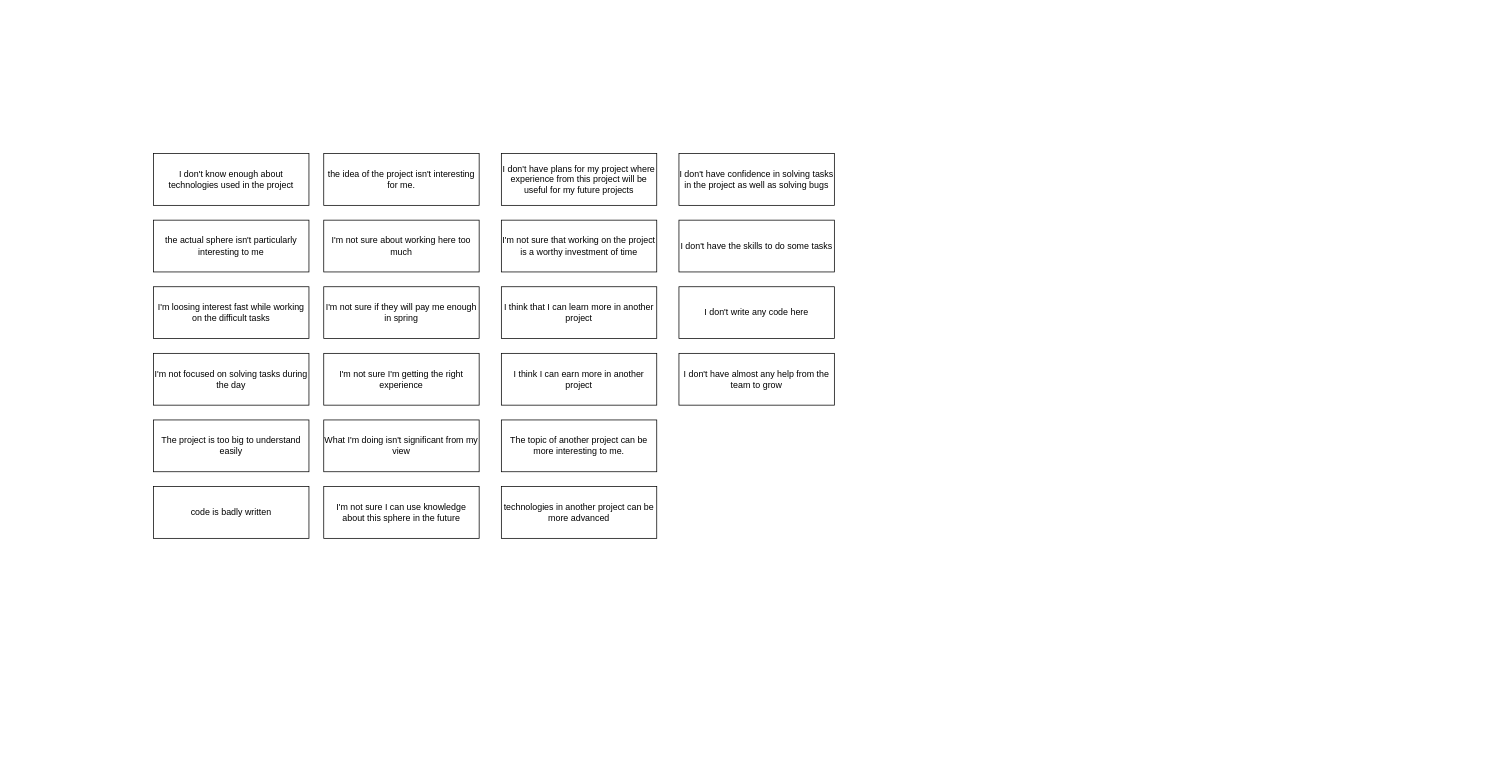
Before: working.drawio in FedosovMax/diagrams, a draw.io diagram. Source tidied: cells renumbered, new cells numbered last; positions are measured from the earlier drawing's top-left corner, leaving out a move shared by most shapes. Both pictures are drawn from the tidied source at 74%, with x=0, y=0 at pixel (153, 153).
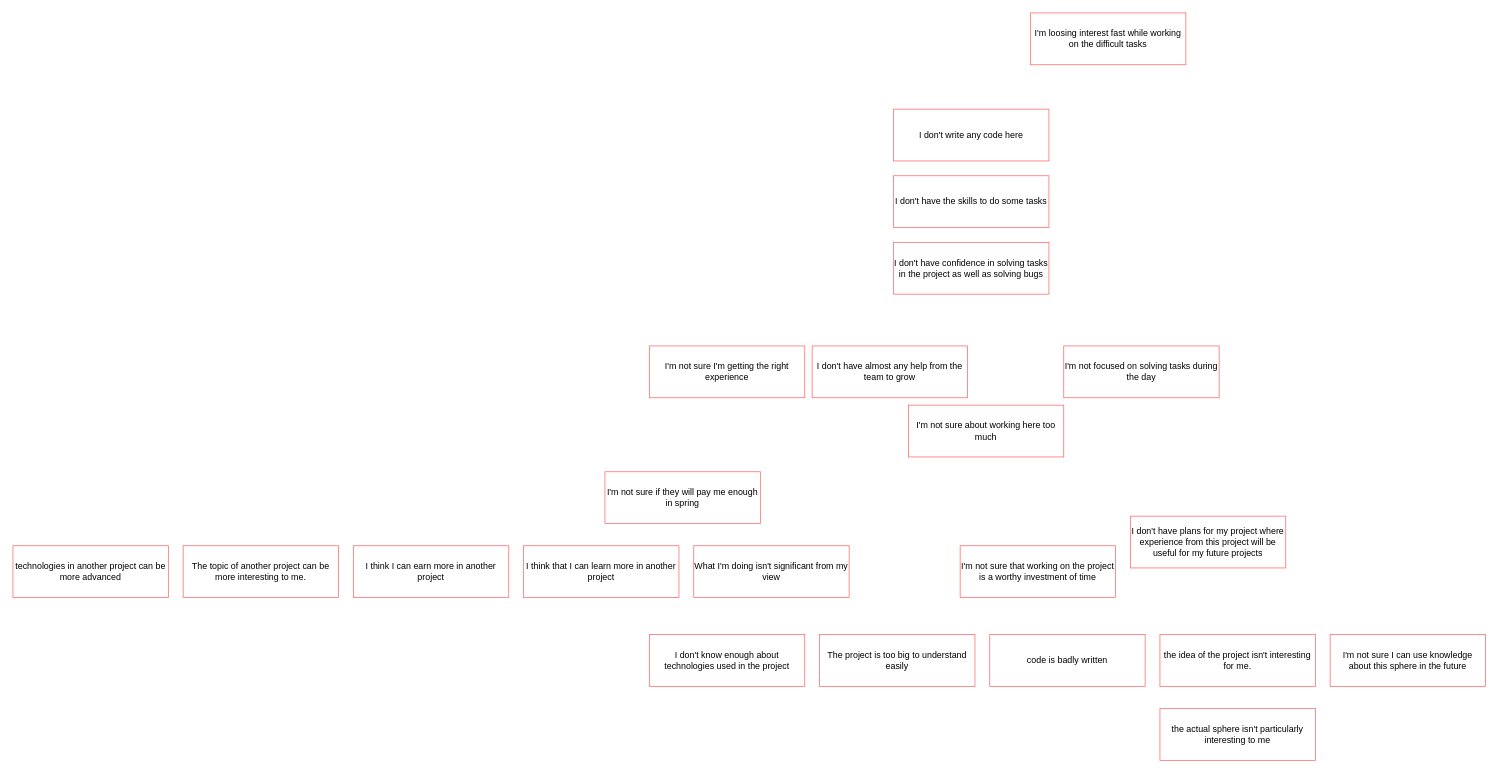
The same diagram, later.

Change to the diagram source:
```diff
@@
-    <mxCell id="2" value="I don't know enough about technologies used in the project" style="rounded=0;whiteSpace=wrap;html=1;" parent="1" vertex="1">
-      <mxGeometry width="210" height="70" as="geometry" />
+    <mxCell id="2" value="I don't know enough about technologies used in the project" style="rounded=0;whiteSpace=wrap;html=1;strokeColor=#FF6666;" parent="1" vertex="1">
+      <mxGeometry x="670" y="650" width="210" height="70" as="geometry" />
     </mxCell>
-    <mxCell id="3" value="the actual sphere isn't particularly interesting to me" style="rounded=0;whiteSpace=wrap;html=1;" parent="1" vertex="1">
-      <mxGeometry y="90" width="210" height="70" as="geometry" />
+    <mxCell id="3" value="the actual sphere isn't particularly interesting to me" style="rounded=0;whiteSpace=wrap;html=1;strokeColor=#FF6666;" parent="1" vertex="1">
+      <mxGeometry x="1360" y="750" width="210" height="70" as="geometry" />
     </mxCell>
-    <mxCell id="4" value="I'm loosing interest fast while working on the difficult tasks" style="rounded=0;whiteSpace=wrap;html=1;" parent="1" vertex="1">
-      <mxGeometry y="180" width="210" height="70" as="geometry" />
+    <mxCell id="4" value="I'm loosing interest fast while working on the difficult tasks" style="rounded=0;whiteSpace=wrap;html=1;strokeColor=#FF6666;" parent="1" vertex="1">
+      <mxGeometry x="1185" y="-190" width="210" height="70" as="geometry" />
     </mxCell>
-    <mxCell id="5" value="I'm not focused on solving tasks during the day" style="rounded=0;whiteSpace=wrap;html=1;" parent="1" vertex="1">
-      <mxGeometry y="270" width="210" height="70" as="geometry" />
+    <mxCell id="5" value="I'm not focused on solving tasks during the day" style="rounded=0;whiteSpace=wrap;html=1;strokeColor=#FF6666;" parent="1" vertex="1">
+      <mxGeometry x="1230" y="260" width="210" height="70" as="geometry" />
     </mxCell>
-    <mxCell id="6" value="The project is too big to understand easily" style="rounded=0;whiteSpace=wrap;html=1;" parent="1" vertex="1">
-      <mxGeometry y="360" width="210" height="70" as="geometry" />
+    <mxCell id="6" value="The project is too big to understand easily" style="rounded=0;whiteSpace=wrap;html=1;strokeColor=#FF6666;" parent="1" vertex="1">
+      <mxGeometry x="900" y="650" width="210" height="70" as="geometry" />
     </mxCell>
-    <mxCell id="7" value="code is badly written" style="rounded=0;whiteSpace=wrap;html=1;" parent="1" vertex="1">
-      <mxGeometry y="450" width="210" height="70" as="geometry" />
+    <mxCell id="7" value="code is badly written" style="rounded=0;whiteSpace=wrap;html=1;strokeColor=#FF6666;" parent="1" vertex="1">
+      <mxGeometry x="1130" y="650" width="210" height="70" as="geometry" />
     </mxCell>
-    <mxCell id="8" value="the idea of the project isn't interesting for me. " style="rounded=0;whiteSpace=wrap;html=1;" parent="1" vertex="1">
-      <mxGeometry x="230" width="210" height="70" as="geometry" />
+    <mxCell id="8" value="the idea of the project isn't interesting for me. " style="rounded=0;whiteSpace=wrap;html=1;strokeColor=#FF6666;" parent="1" vertex="1">
+      <mxGeometry x="1360" y="650" width="210" height="70" as="geometry" />
     </mxCell>
-    <mxCell id="9" value=" I'm not sure about working here too much " style="rounded=0;whiteSpace=wrap;html=1;" parent="1" vertex="1">
-      <mxGeometry x="230" y="90" width="210" height="70" as="geometry" />
+    <mxCell id="9" value=" I'm not sure about working here too much " style="rounded=0;whiteSpace=wrap;html=1;strokeColor=#FF6666;" parent="1" vertex="1">
+      <mxGeometry x="1020" y="340" width="210" height="70" as="geometry" />
     </mxCell>
-    <mxCell id="10" value="I'm not sure if they will pay me enough in spring" style="rounded=0;whiteSpace=wrap;html=1;" parent="1" vertex="1">
-      <mxGeometry x="230" y="180" width="210" height="70" as="geometry" />
+    <mxCell id="10" value="I'm not sure if they will pay me enough in spring" style="rounded=0;whiteSpace=wrap;html=1;strokeColor=#FF6666;" parent="1" vertex="1">
+      <mxGeometry x="610" y="430" width="210" height="70" as="geometry" />
     </mxCell>
-    <mxCell id="11" value="I'm not sure I'm getting the right experience" style="rounded=0;whiteSpace=wrap;html=1;" parent="1" vertex="1">
-      <mxGeometry x="230" y="270" width="210" height="70" as="geometry" />
+    <mxCell id="11" value="I'm not sure I'm getting the right experience" style="rounded=0;whiteSpace=wrap;html=1;strokeColor=#FF6666;" parent="1" vertex="1">
+      <mxGeometry x="670" y="260" width="210" height="70" as="geometry" />
     </mxCell>
-    <mxCell id="12" value="What I'm doing isn't significant from my view" style="rounded=0;whiteSpace=wrap;html=1;" parent="1" vertex="1">
-      <mxGeometry x="230" y="360" width="210" height="70" as="geometry" />
+    <mxCell id="12" value="What I'm doing isn't significant from my view" style="rounded=0;whiteSpace=wrap;html=1;strokeColor=#FF6666;" parent="1" vertex="1">
+      <mxGeometry x="730" y="530" width="210" height="70" as="geometry" />
     </mxCell>
-    <mxCell id="13" value="I'm not sure I can use knowledge about this sphere in the future" style="rounded=0;whiteSpace=wrap;html=1;" parent="1" vertex="1">
-      <mxGeometry x="230" y="450" width="210" height="70" as="geometry" />
+    <mxCell id="13" value="I'm not sure I can use knowledge about this sphere in the future" style="rounded=0;whiteSpace=wrap;html=1;strokeColor=#FF6666;" parent="1" vertex="1">
+      <mxGeometry x="1590" y="650" width="210" height="70" as="geometry" />
     </mxCell>
-    <mxCell id="14" value="I don't have plans for my project where experience from this project will be useful for my future projects " style="rounded=0;whiteSpace=wrap;html=1;" parent="1" vertex="1">
-      <mxGeometry x="470" width="210" height="70" as="geometry" />
+    <mxCell id="14" value="I don't have plans for my project where experience from this project will be useful for my future projects " style="rounded=0;whiteSpace=wrap;html=1;strokeColor=#FF6666;" parent="1" vertex="1">
+      <mxGeometry x="1320" y="490" width="210" height="70" as="geometry" />
     </mxCell>
-    <mxCell id="15" value=" I'm not sure that working on the project is a worthy investment of time " style="rounded=0;whiteSpace=wrap;html=1;" parent="1" vertex="1">
-      <mxGeometry x="470" y="90" width="210" height="70" as="geometry" />
+    <mxCell id="15" value=" I'm not sure that working on the project is a worthy investment of time " style="rounded=0;whiteSpace=wrap;html=1;strokeColor=#FF6666;" parent="1" vertex="1">
+      <mxGeometry x="1090" y="530" width="210" height="70" as="geometry" />
     </mxCell>
-    <mxCell id="16" value="I think that I can learn more in another project " style="rounded=0;whiteSpace=wrap;html=1;" parent="1" vertex="1">
-      <mxGeometry x="470" y="180" width="210" height="70" as="geometry" />
+    <mxCell id="16" value="I think that I can learn more in another project " style="rounded=0;whiteSpace=wrap;html=1;strokeColor=#FF6666;" parent="1" vertex="1">
+      <mxGeometry x="500" y="530" width="210" height="70" as="geometry" />
     </mxCell>
-    <mxCell id="17" value="I think I can earn more in another project" style="rounded=0;whiteSpace=wrap;html=1;" parent="1" vertex="1">
-      <mxGeometry x="470" y="270" width="210" height="70" as="geometry" />
+    <mxCell id="17" value="I think I can earn more in another project" style="rounded=0;whiteSpace=wrap;html=1;strokeColor=#FF6666;" parent="1" vertex="1">
+      <mxGeometry x="270" y="530" width="210" height="70" as="geometry" />
     </mxCell>
-    <mxCell id="18" value="The topic of another project can be more interesting to me." style="rounded=0;whiteSpace=wrap;html=1;" parent="1" vertex="1">
-      <mxGeometry x="470" y="360" width="210" height="70" as="geometry" />
+    <mxCell id="18" value="The topic of another project can be more interesting to me." style="rounded=0;whiteSpace=wrap;html=1;strokeColor=#FF6666;" parent="1" vertex="1">
+      <mxGeometry x="40" y="530" width="210" height="70" as="geometry" />
     </mxCell>
-    <mxCell id="19" value="technologies in another project can be more advanced" style="rounded=0;whiteSpace=wrap;html=1;" parent="1" vertex="1">
-      <mxGeometry x="470" y="450" width="210" height="70" as="geometry" />
+    <mxCell id="19" value="technologies in another project can be more advanced" style="rounded=0;whiteSpace=wrap;html=1;strokeColor=#FF6666;" parent="1" vertex="1">
+      <mxGeometry x="-190" y="530" width="210" height="70" as="geometry" />
     </mxCell>
-    <mxCell id="20" value="I don't have confidence in solving tasks in the project as well as solving bugs  " style="rounded=0;whiteSpace=wrap;html=1;" parent="1" vertex="1">
-      <mxGeometry x="710" width="210" height="70" as="geometry" />
+    <mxCell id="20" value="I don't have confidence in solving tasks in the project as well as solving bugs  " style="rounded=0;whiteSpace=wrap;html=1;strokeColor=#FF6666;" parent="1" vertex="1">
+      <mxGeometry x="1000" y="120" width="210" height="70" as="geometry" />
     </mxCell>
-    <mxCell id="21" value=" I don't have the skills to do some tasks " style="rounded=0;whiteSpace=wrap;html=1;" parent="1" vertex="1">
-      <mxGeometry x="710" y="90" width="210" height="70" as="geometry" />
+    <mxCell id="21" value=" I don't have the skills to do some tasks " style="rounded=0;whiteSpace=wrap;html=1;strokeColor=#FF6666;" parent="1" vertex="1">
+      <mxGeometry x="1000" y="30" width="210" height="70" as="geometry" />
     </mxCell>
-    <mxCell id="22" value="I don't write any code here " style="rounded=0;whiteSpace=wrap;html=1;" parent="1" vertex="1">
-      <mxGeometry x="710" y="180" width="210" height="70" as="geometry" />
+    <mxCell id="22" value="I don't write any code here " style="rounded=0;whiteSpace=wrap;html=1;strokeColor=#FF6666;" parent="1" vertex="1">
+      <mxGeometry x="1000" y="-60" width="210" height="70" as="geometry" />
     </mxCell>
-    <mxCell id="23" value="I don't have almost any help from the team to grow" style="rounded=0;whiteSpace=wrap;html=1;" parent="1" vertex="1">
-      <mxGeometry x="710" y="270" width="210" height="70" as="geometry" />
+    <mxCell id="23" value="I don't have almost any help from the team to grow" style="rounded=0;whiteSpace=wrap;html=1;strokeColor=#FF6666;" parent="1" vertex="1">
+      <mxGeometry x="890" y="260" width="210" height="70" as="geometry" />
     </mxCell>
```
